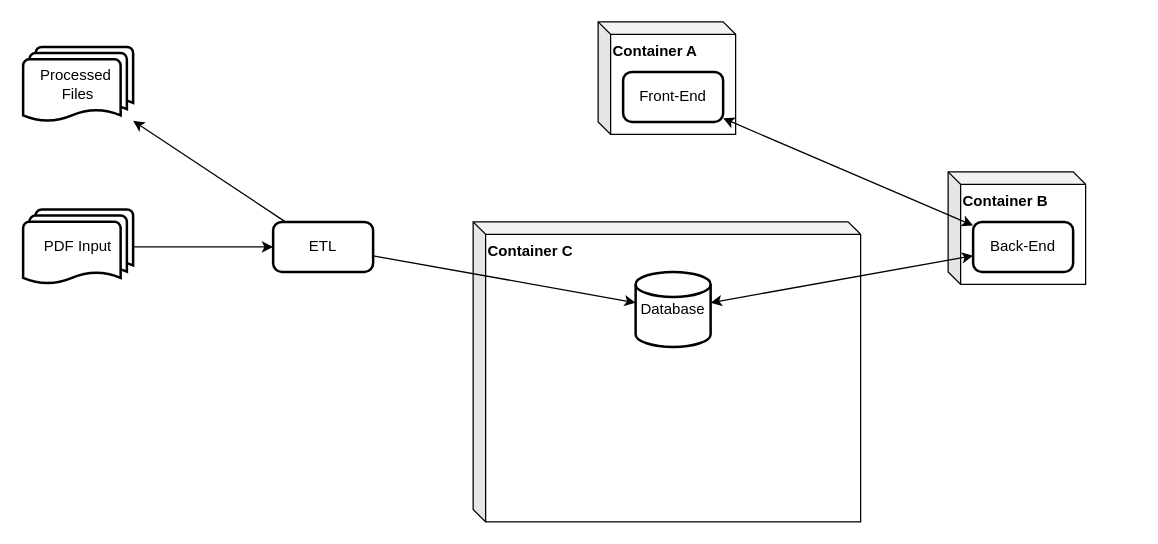
Earlier version of the draw.io diagram arch.drawio (vinalamsyah/vidavox_test_de). Source tidied: cells renumbered, new cells numbered last; positions are measured from the earlier drawing's top-left corner, leaving out a move shared by most shapes. Both pictures are drawn from the tidied source at 125%, with x=0, y=0 at pixel (22, 21).
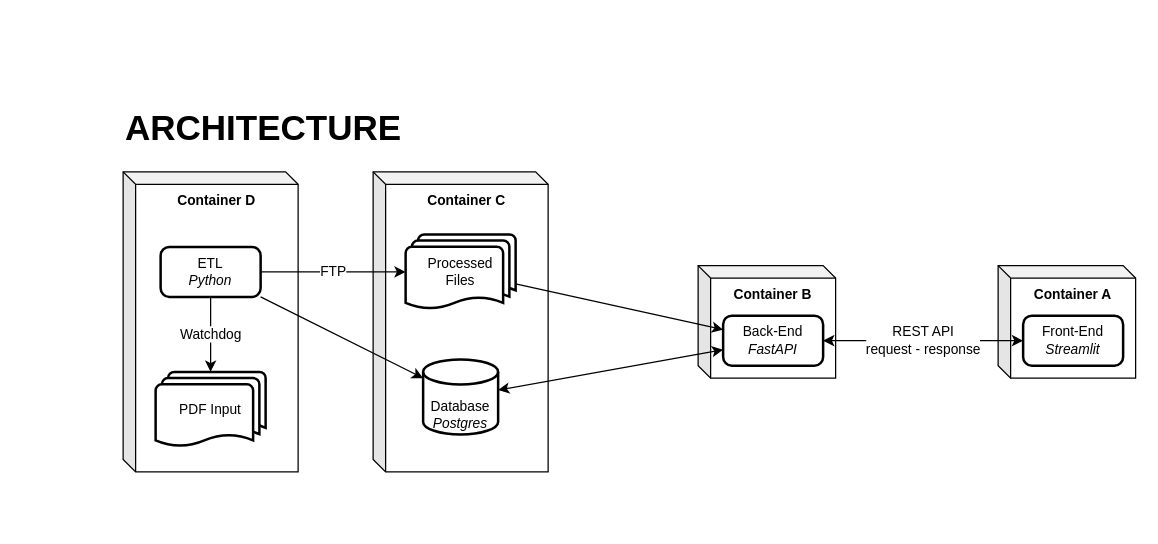
Above is the later version.

What changed in the source:
```diff
@@
 <mxGraphModel>
   <root>
     <mxCell id="0" />
     <mxCell id="1" parent="0" />
+    <mxCell id="14" value="Container B" style="shape=cube;whiteSpace=wrap;html=1;boundedLbl=1;backgroundOutline=1;darkOpacity=0.05;darkOpacity2=0.1;size=10;fillColor=none;align=center;labelPosition=center;verticalLabelPosition=middle;verticalAlign=top;fontStyle=1;fontSize=11;" parent="1" vertex="1">
+      <mxGeometry x="540" y="195" width="110" height="90" as="geometry" />
+    </mxCell>
+    <mxCell id="13" value="Container A" style="shape=cube;whiteSpace=wrap;html=1;boundedLbl=1;backgroundOutline=1;darkOpacity=0.05;darkOpacity2=0.1;size=10;fillColor=none;align=center;labelPosition=center;verticalLabelPosition=middle;verticalAlign=top;fontStyle=1;fontSize=11;" parent="1" vertex="1">
+      <mxGeometry x="780" y="195" width="110" height="90" as="geometry" />
+    </mxCell>
+    <mxCell id="16" value="Container D" style="shape=cube;whiteSpace=wrap;html=1;boundedLbl=1;backgroundOutline=1;darkOpacity=0.05;darkOpacity2=0.1;size=10;fillColor=none;align=center;labelPosition=center;verticalLabelPosition=middle;verticalAlign=top;fontStyle=1;fontSize=11;" parent="1" vertex="1">
+      <mxGeometry x="80" y="120" width="140" height="240" as="geometry" />
+    </mxCell>
+    <mxCell id="15" value="Container C" style="shape=cube;whiteSpace=wrap;html=1;boundedLbl=1;backgroundOutline=1;darkOpacity=0.05;darkOpacity2=0.1;size=10;fillColor=none;align=center;labelPosition=center;verticalLabelPosition=middle;verticalAlign=top;fontStyle=1;fontSize=11;" parent="1" vertex="1">
+      <mxGeometry x="280" y="120" width="140" height="240" as="geometry" />
+    </mxCell>
-    <mxCell id="2" style="rounded=0;jettySize=auto;html=1;startArrow=classic;startFill=1;" parent="1" edge="1" source="3" target="5">
+    <mxCell id="2" style="rounded=0;jettySize=auto;html=1;startArrow=classic;startFill=1;fontSize=11;" parent="1" edge="1" source="3" target="5">
       <mxGeometry relative="1" as="geometry" />
     </mxCell>
-    <mxCell id="3" value="Database" style="strokeWidth=2;html=1;shape=mxgraph.flowchart.database;whiteSpace=wrap;" parent="1" vertex="1">
-      <mxGeometry x="490" y="200" width="60" height="60" as="geometry" />
+    <mxCell id="3" value="Database&lt;div&gt;&lt;i&gt;Postgres&lt;/i&gt;&lt;/div&gt;" style="strokeWidth=2;html=1;shape=mxgraph.flowchart.database;whiteSpace=wrap;verticalAlign=bottom;fontSize=11;" parent="1" vertex="1">
+      <mxGeometry x="320" y="270" width="60" height="60" as="geometry" />
     </mxCell>
-    <mxCell id="4" style="rounded=0;jettySize=auto;html=1;startArrow=classic;startFill=1;" parent="1" edge="1" source="5" target="6">
+    <mxCell id="4" value="REST API&lt;div&gt;request - response&lt;/div&gt;" style="rounded=0;jettySize=auto;html=1;startArrow=classic;startFill=1;fontSize=11;" parent="1" edge="1" source="5" target="6">
       <mxGeometry relative="1" as="geometry" />
     </mxCell>
-    <mxCell id="5" value="Back-End" style="rounded=1;whiteSpace=wrap;html=1;absoluteArcSize=1;arcSize=14;strokeWidth=2;" parent="1" vertex="1">
-      <mxGeometry x="760" y="160" width="80" height="40" as="geometry" />
+    <mxCell id="5" value="Back-End&lt;div&gt;&lt;i&gt;FastAPI&lt;/i&gt;&lt;/div&gt;" style="rounded=1;whiteSpace=wrap;html=1;absoluteArcSize=1;arcSize=14;strokeWidth=2;fontSize=11;" parent="1" vertex="1">
+      <mxGeometry x="560" y="235" width="80" height="40" as="geometry" />
     </mxCell>
-    <mxCell id="6" value="Front-End" style="rounded=1;whiteSpace=wrap;html=1;absoluteArcSize=1;arcSize=14;strokeWidth=2;" parent="1" vertex="1">
-      <mxGeometry x="480" y="40" width="80" height="40" as="geometry" />
+    <mxCell id="6" value="Front-End&lt;div&gt;&lt;i&gt;Streamlit&lt;/i&gt;&lt;/div&gt;" style="rounded=1;whiteSpace=wrap;html=1;absoluteArcSize=1;arcSize=14;strokeWidth=2;fontSize=11;" parent="1" vertex="1">
+      <mxGeometry x="800" y="235" width="80" height="40" as="geometry" />
     </mxCell>
-    <mxCell id="7" style="rounded=0;jettySize=auto;html=1;" parent="1" edge="1" source="9" target="3">
+    <mxCell id="7" style="rounded=0;jettySize=auto;html=1;fontSize=11;" parent="1" edge="1" source="9" target="3">
       <mxGeometry relative="1" as="geometry" />
     </mxCell>
-    <mxCell id="8" style="rounded=0;jettySize=auto;html=1;" parent="1" edge="1" source="9" target="12">
+    <mxCell id="8" value="FTP" style="rounded=0;jettySize=auto;html=1;fontSize=11;" parent="1" edge="1" source="9" target="12">
       <mxGeometry relative="1" as="geometry" />
     </mxCell>
+    <mxCell id="17" value="Watchdog" style="rounded=0;jettySize=auto;html=1;fontSize=11;" parent="1" edge="1" source="9" target="11">
+      <mxGeometry relative="1" as="geometry" />
+    </mxCell>
-    <mxCell id="9" value="ETL" style="rounded=1;whiteSpace=wrap;html=1;absoluteArcSize=1;arcSize=14;strokeWidth=2;" parent="1" vertex="1">
-      <mxGeometry x="200" y="160" width="80" height="40" as="geometry" />
+    <mxCell id="9" value="ETL&lt;div&gt;&lt;i&gt;Python&lt;/i&gt;&lt;/div&gt;" style="rounded=1;whiteSpace=wrap;html=1;absoluteArcSize=1;arcSize=14;strokeWidth=2;fontSize=11;" parent="1" vertex="1">
+      <mxGeometry x="110" y="180" width="80" height="40" as="geometry" />
     </mxCell>
-    <mxCell id="10" style="rounded=0;jettySize=auto;html=1;" parent="1" edge="1" source="11" target="9">
-      <mxGeometry relative="1" as="geometry" />
-    </mxCell>
-    <mxCell id="11" value="PDF Input" style="strokeWidth=2;html=1;shape=mxgraph.flowchart.multi-document;whiteSpace=wrap;" parent="1" vertex="1">
-      <mxGeometry y="150" width="88" height="60" as="geometry" />
+    <mxCell id="11" value="PDF Input" style="strokeWidth=2;html=1;shape=mxgraph.flowchart.multi-document;whiteSpace=wrap;fontSize=11;" parent="1" vertex="1">
+      <mxGeometry x="106" y="280" width="88" height="60" as="geometry" />
     </mxCell>
+    <mxCell id="18" style="rounded=0;jettySize=auto;html=1;fontSize=11;" parent="1" edge="1" source="12" target="5">
+      <mxGeometry relative="1" as="geometry" />
+    </mxCell>
-    <mxCell id="12" value="Processed&amp;nbsp; Files" style="strokeWidth=2;html=1;shape=mxgraph.flowchart.multi-document;whiteSpace=wrap;" parent="1" vertex="1">
-      <mxGeometry y="20" width="88" height="60" as="geometry" />
+    <mxCell id="12" value="Processed&lt;div&gt;Files&lt;/div&gt;" style="strokeWidth=2;html=1;shape=mxgraph.flowchart.multi-document;whiteSpace=wrap;fontSize=11;" parent="1" vertex="1">
+      <mxGeometry x="306" y="170" width="88" height="60" as="geometry" />
     </mxCell>
-    <mxCell id="13" value="Container A" style="shape=cube;whiteSpace=wrap;html=1;boundedLbl=1;backgroundOutline=1;darkOpacity=0.05;darkOpacity2=0.1;size=10;fillColor=none;align=left;labelPosition=center;verticalLabelPosition=middle;verticalAlign=top;fontStyle=1;" parent="1" vertex="1">
-      <mxGeometry x="460" width="110" height="90" as="geometry" />
-    </mxCell>
-    <mxCell id="14" value="Container B" style="shape=cube;whiteSpace=wrap;html=1;boundedLbl=1;backgroundOutline=1;darkOpacity=0.05;darkOpacity2=0.1;size=10;fillColor=none;align=left;labelPosition=center;verticalLabelPosition=middle;verticalAlign=top;fontStyle=1;" parent="1" vertex="1">
-      <mxGeometry x="740" y="120" width="110" height="90" as="geometry" />
-    </mxCell>
-    <mxCell id="15" value="Container C" style="shape=cube;whiteSpace=wrap;html=1;boundedLbl=1;backgroundOutline=1;darkOpacity=0.05;darkOpacity2=0.1;size=10;fillColor=none;align=left;labelPosition=center;verticalLabelPosition=middle;verticalAlign=top;fontStyle=1;" parent="1" vertex="1">
-      <mxGeometry x="360" y="160" width="310" height="240" as="geometry" />
-    </mxCell>
+    <mxCell id="19" value="ARCHITECTURE" style="text;html=1;align=left;verticalAlign=middle;whiteSpace=wrap;rounded=0;fontStyle=1;fontSize=28;" parent="1" vertex="1">
+      <mxGeometry x="80" y="70" width="60" height="30" as="geometry" />
+    </mxCell>
   </root>
 </mxGraphModel>
```
